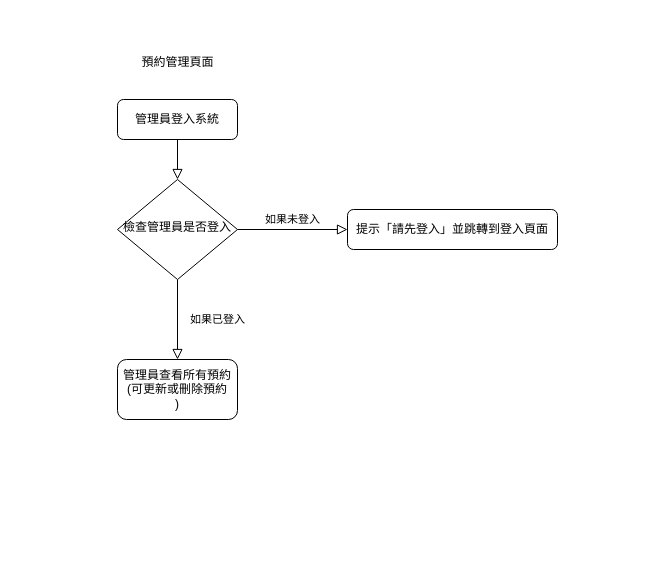
Above: 系統流程圖(預約管理頁面).drawio in hak99101314/Maintenance-inquiry-system (draw.io), before the change. Source tidied: cells renumbered, new cells numbered last; positions are measured from the earlier drawing's top-left corner, leaving out a move shared by most shapes. Both pictures are drawn from the tidied source at 100%, with x=0, y=0 at pixel (117, 47).
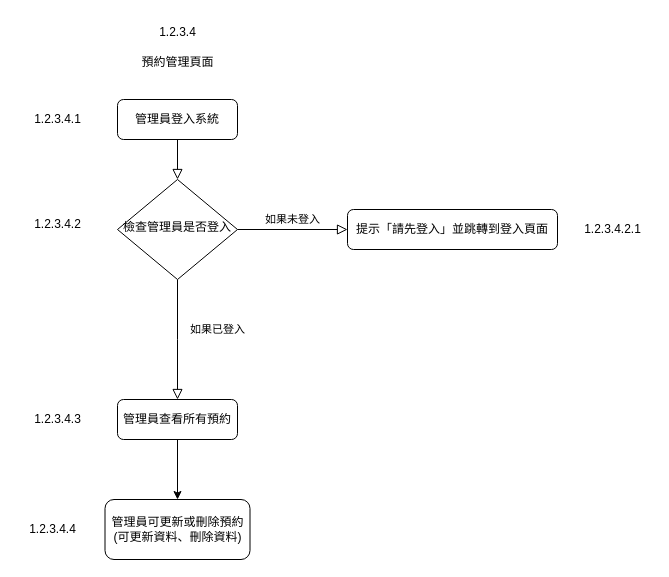
Above is the later version.

Commit message:
更新系統流程圖(預約管理頁面).drawio

What changed in the source:
```diff
@@
 <mxGraphModel>
   <root>
     <mxCell id="0" />
     <mxCell id="1" parent="0" />
     <mxCell id="2" value="&lt;div&gt;預約管理頁面&lt;/div&gt;" style="text;html=1;align=center;verticalAlign=middle;strokeColor=none;fillColor=none;" parent="1" vertex="1">
       <mxGeometry x="10" width="100" height="30" as="geometry" />
     </mxCell>
     <mxCell id="3" style="rounded=0;html=1;jettySize=auto;fontSize=11;endArrow=block;endFill=0;endSize=8;strokeWidth=1;shadow=0;labelBackgroundColor=none;edgeStyle=orthogonalEdgeStyle;" parent="1" edge="1" source="4" target="7">
       <mxGeometry relative="1" as="geometry" />
     </mxCell>
     <mxCell id="4" value="&lt;div&gt;管理員登入系統&lt;/div&gt;" style="rounded=1;whiteSpace=wrap;html=1;fontSize=12;glass=0;strokeWidth=1;shadow=0;" parent="1" vertex="1">
       <mxGeometry y="52" width="120" height="40" as="geometry" />
     </mxCell>
-    <mxCell id="5" value="&lt;div&gt;如果已登入&lt;/div&gt;" style="rounded=0;html=1;jettySize=auto;fontSize=11;endArrow=block;endFill=0;endSize=8;strokeWidth=1;shadow=0;labelBackgroundColor=none;edgeStyle=orthogonalEdgeStyle;exitX=0.5;exitY=1;exitDx=0;exitDy=0;entryX=0.5;entryY=0;entryDx=0;entryDy=0;" parent="1" edge="1" source="7" target="9">
-      <mxGeometry y="40" relative="1" as="geometry" />
+    <mxCell id="5" value="&lt;div&gt;如果已登入&lt;/div&gt;" style="rounded=0;html=1;jettySize=auto;fontSize=11;endArrow=block;endFill=0;endSize=8;strokeWidth=1;shadow=0;labelBackgroundColor=none;edgeStyle=orthogonalEdgeStyle;exitX=0.5;exitY=1;exitDx=0;exitDy=0;" parent="1" edge="1" source="7">
+      <mxGeometry x="-0.17" y="40" relative="1" as="geometry">
+        <mxPoint x="60" y="352" as="targetPoint" />
+      </mxGeometry>
     </mxCell>
     <mxCell id="6" value="&lt;div&gt;如果未登入&lt;/div&gt;" style="edgeStyle=orthogonalEdgeStyle;rounded=0;html=1;jettySize=auto;fontSize=11;endArrow=block;endFill=0;endSize=8;strokeWidth=1;shadow=0;labelBackgroundColor=none;" parent="1" edge="1" source="7" target="8">
       <mxGeometry y="10" relative="1" as="geometry" />
     </mxCell>
     <mxCell id="7" value="&lt;div&gt;檢查管理員是否登入&lt;/div&gt;" style="rhombus;whiteSpace=wrap;html=1;shadow=0;fontFamily=Helvetica;fontSize=12;align=center;strokeWidth=1;spacing=6;spacingTop=-4;" parent="1" vertex="1">
       <mxGeometry y="132" width="120" height="100" as="geometry" />
     </mxCell>
     <mxCell id="8" value="&lt;div&gt;提示「請先登入」並跳轉到登入頁面&lt;/div&gt;" style="rounded=1;whiteSpace=wrap;html=1;fontSize=12;glass=0;strokeWidth=1;shadow=0;" parent="1" vertex="1">
       <mxGeometry x="230" y="162" width="210" height="40" as="geometry" />
     </mxCell>
-    <mxCell id="9" value="&lt;div&gt;管理員查看所有預約(&lt;span style=&quot;background-color: initial;&quot;&gt;可更新或刪除預約&lt;/span&gt;&lt;/div&gt;&lt;div&gt;)&lt;/div&gt;" style="rounded=1;whiteSpace=wrap;html=1;" parent="1" vertex="1">
-      <mxGeometry y="312" width="120" height="60" as="geometry" />
+    <mxCell id="9" value="&lt;div&gt;管理員可更新或刪除預約(&lt;span style=&quot;background-color: initial;&quot;&gt;可&lt;/span&gt;&lt;span style=&quot;background-color: initial;&quot;&gt;更新資料、刪除資料&lt;/span&gt;&lt;span style=&quot;background-color: initial;&quot;&gt;)&lt;/span&gt;&lt;/div&gt;" style="rounded=1;whiteSpace=wrap;html=1;" parent="1" vertex="1">
+      <mxGeometry x="-12.5" y="452" width="145" height="60" as="geometry" />
     </mxCell>
+    <mxCell id="10" style="edgeStyle=orthogonalEdgeStyle;rounded=0;jettySize=auto;html=1;" parent="1" edge="1" source="11" target="9">
+      <mxGeometry relative="1" as="geometry" />
+    </mxCell>
+    <mxCell id="11" value="&lt;div&gt;管理員查看所有預約&lt;/div&gt;" style="rounded=1;whiteSpace=wrap;html=1;" parent="1" vertex="1">
+      <mxGeometry y="352" width="120" height="40" as="geometry" />
+    </mxCell>
+    <mxCell id="12" value="1.2.3.4" style="text;html=1;align=center;verticalAlign=middle;strokeColor=none;fillColor=none;" parent="1" vertex="1">
+      <mxGeometry x="30" y="-30" width="60" height="30" as="geometry" />
+    </mxCell>
+    <mxCell id="13" value="1.2.3.4.1" style="text;html=1;align=center;verticalAlign=middle;strokeColor=none;fillColor=none;" parent="1" vertex="1">
+      <mxGeometry x="-95" y="57" width="70" height="30" as="geometry" />
+    </mxCell>
+    <mxCell id="14" value="1.2.3.4.2" style="text;html=1;align=center;verticalAlign=middle;strokeColor=none;fillColor=none;" parent="1" vertex="1">
+      <mxGeometry x="-95" y="162" width="70" height="30" as="geometry" />
+    </mxCell>
+    <mxCell id="15" value="1.2.3.4.2.1" style="text;html=1;align=center;verticalAlign=middle;strokeColor=none;fillColor=none;" parent="1" vertex="1">
+      <mxGeometry x="455" y="167" width="80" height="30" as="geometry" />
+    </mxCell>
+    <mxCell id="16" value="1.2.3.4.3" style="text;html=1;align=center;verticalAlign=middle;strokeColor=none;fillColor=none;" parent="1" vertex="1">
+      <mxGeometry x="-95" y="357" width="70" height="30" as="geometry" />
+    </mxCell>
+    <mxCell id="17" value="1.2.3.4.4" style="text;html=1;align=center;verticalAlign=middle;strokeColor=none;fillColor=none;" parent="1" vertex="1">
+      <mxGeometry x="-100" y="467" width="70" height="30" as="geometry" />
+    </mxCell>
   </root>
 </mxGraphModel>
```
